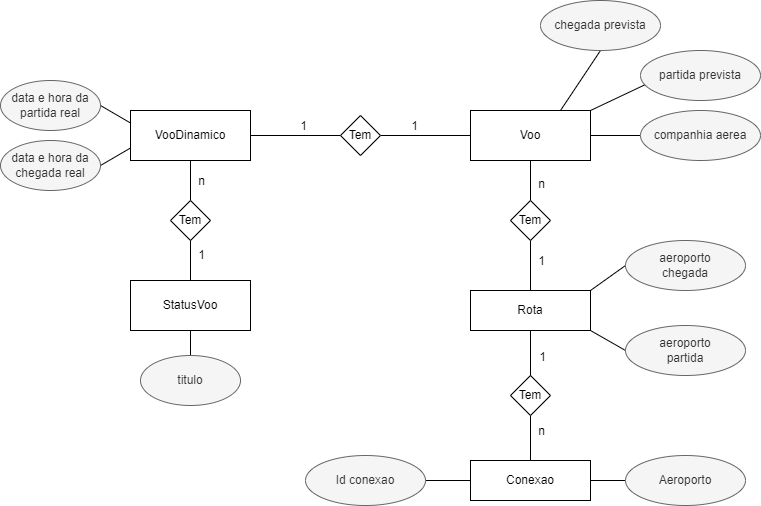
This is assets/images/DER.png from DamaralHenrique/DjangoApp, a draw.io export, as it was before one commit. Source tidied: cells renumbered, new cells last; positions are measured from the earlier drawing's top-left corner, leaving out a move shared by most shapes.
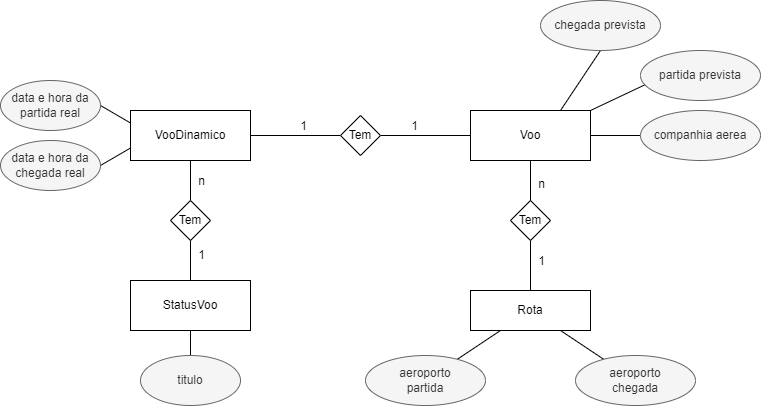
After the change.

Diff of the diagram source:
```diff
@@ -66,11 +66,11 @@
     <mxCell id="19" value="Rota" style="rounded=0;whiteSpace=wrap;html=1;" parent="1" vertex="1">
       <mxGeometry x="470" y="290" width="120" height="40" as="geometry" />
     </mxCell>
-    <mxCell id="20" style="edgeStyle=none;rounded=0;jettySize=auto;html=1;exitX=0;exitY=0.5;exitDx=0;exitDy=0;entryX=1;entryY=1;entryDx=0;entryDy=0;fontSize=12;endArrow=none;endFill=0;" parent="1" edge="1" source="21" target="19">
+    <mxCell id="20" style="edgeStyle=none;rounded=0;jettySize=auto;html=1;fontSize=12;endArrow=none;endFill=0;" parent="1" edge="1" source="21" target="19">
       <mxGeometry relative="1" as="geometry" />
     </mxCell>
     <mxCell id="21" value="aeroporto &lt;br&gt;partida" style="ellipse;whiteSpace=wrap;html=1;fillColor=#f5f5f5;fontColor=#333333;strokeColor=#666666;" parent="1" vertex="1">
-      <mxGeometry x="625" y="325" width="120" height="50" as="geometry" />
+      <mxGeometry x="365" y="355" width="120" height="50" as="geometry" />
     </mxCell>
     <mxCell id="22" value="data e hora da partida real" style="ellipse;whiteSpace=wrap;html=1;fillColor=#f5f5f5;fontColor=#333333;strokeColor=#666666;" parent="1" vertex="1">
       <mxGeometry y="80" width="100" height="50" as="geometry" />
@@ -81,11 +81,11 @@
     <mxCell id="24" value="data e hora da chegada real" style="ellipse;whiteSpace=wrap;html=1;fillColor=#f5f5f5;fontColor=#333333;strokeColor=#666666;" parent="1" vertex="1">
       <mxGeometry y="140" width="100" height="50" as="geometry" />
     </mxCell>
-    <mxCell id="25" style="edgeStyle=none;rounded=0;jettySize=auto;html=1;exitX=0;exitY=0.5;exitDx=0;exitDy=0;entryX=1;entryY=0;entryDx=0;entryDy=0;fontSize=12;endArrow=none;endFill=0;" parent="1" edge="1" source="26" target="19">
+    <mxCell id="25" style="edgeStyle=none;rounded=0;jettySize=auto;html=1;fontSize=12;endArrow=none;endFill=0;" parent="1" edge="1" source="26" target="19">
       <mxGeometry relative="1" as="geometry" />
     </mxCell>
     <mxCell id="26" value="aeroporto &lt;br&gt;chegada" style="ellipse;whiteSpace=wrap;html=1;fillColor=#f5f5f5;fontColor=#333333;strokeColor=#666666;" parent="1" vertex="1">
-      <mxGeometry x="625" y="240" width="120" height="50" as="geometry" />
+      <mxGeometry x="575" y="355" width="120" height="50" as="geometry" />
     </mxCell>
     <mxCell id="27" value="companhia aerea" style="ellipse;whiteSpace=wrap;html=1;fillColor=#f5f5f5;fontColor=#333333;strokeColor=#666666;" parent="1" vertex="1">
       <mxGeometry x="640" y="110" width="120" height="50" as="geometry" />
@@ -96,18 +96,6 @@
     <mxCell id="29" value="chegada prevista" style="ellipse;whiteSpace=wrap;html=1;fillColor=#f5f5f5;fontColor=#333333;strokeColor=#666666;" parent="1" vertex="1">
       <mxGeometry x="540" width="120" height="50" as="geometry" />
     </mxCell>
-    <mxCell id="30" style="edgeStyle=orthogonalEdgeStyle;rounded=0;jettySize=auto;html=1;entryX=1;entryY=0.5;entryDx=0;entryDy=0;endArrow=none;endFill=0;" parent="1" edge="1" source="31" target="45">
-      <mxGeometry relative="1" as="geometry" />
-    </mxCell>
-    <mxCell id="31" value="Conexao" style="rounded=0;whiteSpace=wrap;html=1;" parent="1" vertex="1">
-      <mxGeometry x="470" y="460" width="120" height="40" as="geometry" />
-    </mxCell>
-    <mxCell id="32" style="edgeStyle=orthogonalEdgeStyle;rounded=0;jettySize=auto;html=1;exitX=0.5;exitY=1;exitDx=0;exitDy=0;entryX=0.5;entryY=0;entryDx=0;entryDy=0;endArrow=none;endFill=0;" parent="1" edge="1" source="33" target="31">
-      <mxGeometry relative="1" as="geometry" />
-    </mxCell>
-    <mxCell id="33" value="Tem" style="rhombus;whiteSpace=wrap;html=1;" parent="1" vertex="1">
-      <mxGeometry x="510" y="375" width="40" height="40" as="geometry" />
-    </mxCell>
     <mxCell id="34" style="edgeStyle=none;rounded=0;jettySize=auto;html=1;exitX=0.5;exitY=1;exitDx=0;exitDy=0;entryX=0.5;entryY=0;entryDx=0;entryDy=0;fontSize=12;endArrow=none;endFill=0;" parent="1" edge="1" source="35" target="43">
       <mxGeometry relative="1" as="geometry" />
     </mxCell>
@@ -122,9 +110,6 @@
         <mxPoint x="10" y="-10" as="offset" />
       </mxGeometry>
     </mxCell>
-    <mxCell id="38" style="endArrow=none;html=1;rounded=0;entryX=0.5;entryY=1;entryDx=0;entryDy=0;exitX=0.5;exitY=0;exitDx=0;exitDy=0;" parent="1" edge="1" source="33" target="19">
-      <mxGeometry relative="1" as="geometry" />
-    </mxCell>
     <mxCell id="39" style="edgeStyle=none;rounded=0;jettySize=auto;html=1;fontSize=12;endArrow=none;endFill=0;" parent="1" edge="1" source="41">
       <mxGeometry relative="1" as="geometry">
         <mxPoint x="190" y="160" as="targetPoint" />
@@ -138,23 +123,8 @@
     <mxCell id="41" value="Tem" style="rhombus;whiteSpace=wrap;html=1;" parent="1" vertex="1">
       <mxGeometry x="170" y="200" width="40" height="40" as="geometry" />
     </mxCell>
-    <mxCell id="42" value="1" style="edgeLabel;html=1;align=center;verticalAlign=middle;fontSize=12;" parent="1" vertex="1">
-      <mxGeometry x="541" y="356" as="geometry" />
-    </mxCell>
     <mxCell id="43" value="titulo" style="ellipse;whiteSpace=wrap;html=1;fillColor=#f5f5f5;fontColor=#333333;strokeColor=#666666;" parent="1" vertex="1">
       <mxGeometry x="140" y="355" width="100" height="50" as="geometry" />
     </mxCell>
-    <mxCell id="44" value="&lt;font style=&quot;font-size: 12px;&quot;&gt;n&lt;/font&gt;" style="edgeLabel;html=1;align=center;verticalAlign=middle;" parent="1" vertex="1">
-      <mxGeometry x="540" y="430" as="geometry" />
-    </mxCell>
-    <mxCell id="45" value="Id conexao" style="ellipse;whiteSpace=wrap;html=1;fillColor=#f5f5f5;fontColor=#333333;strokeColor=#666666;" parent="1" vertex="1">
-      <mxGeometry x="305" y="455" width="120" height="50" as="geometry" />
-    </mxCell>
-    <mxCell id="46" style="edgeStyle=orthogonalEdgeStyle;rounded=0;jettySize=auto;html=1;endArrow=none;endFill=0;" parent="1" edge="1" source="47" target="31">
-      <mxGeometry relative="1" as="geometry" />
-    </mxCell>
-    <mxCell id="47" value="Aeroporto" style="ellipse;whiteSpace=wrap;html=1;fillColor=#f5f5f5;fontColor=#333333;strokeColor=#666666;" parent="1" vertex="1">
-      <mxGeometry x="625" y="455" width="120" height="50" as="geometry" />
-    </mxCell>
   </root>
 </mxGraphModel>
```
